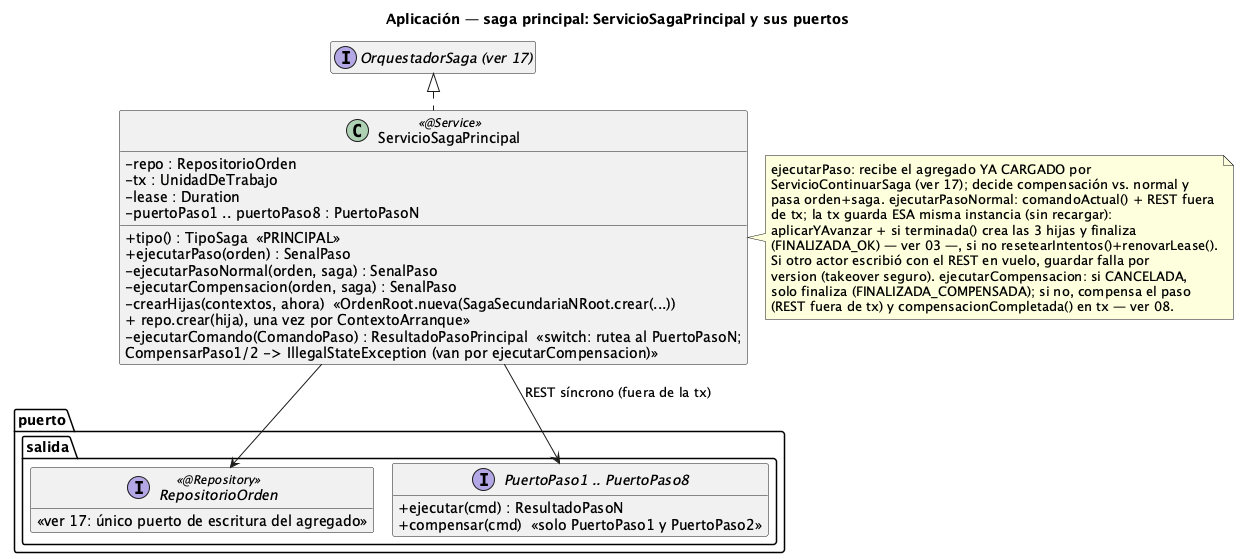
Before: order-manager/docs/18-clases-aplicacion-saga-principal.png, a diagram exported from PlantUML (ralcazar/patrones).
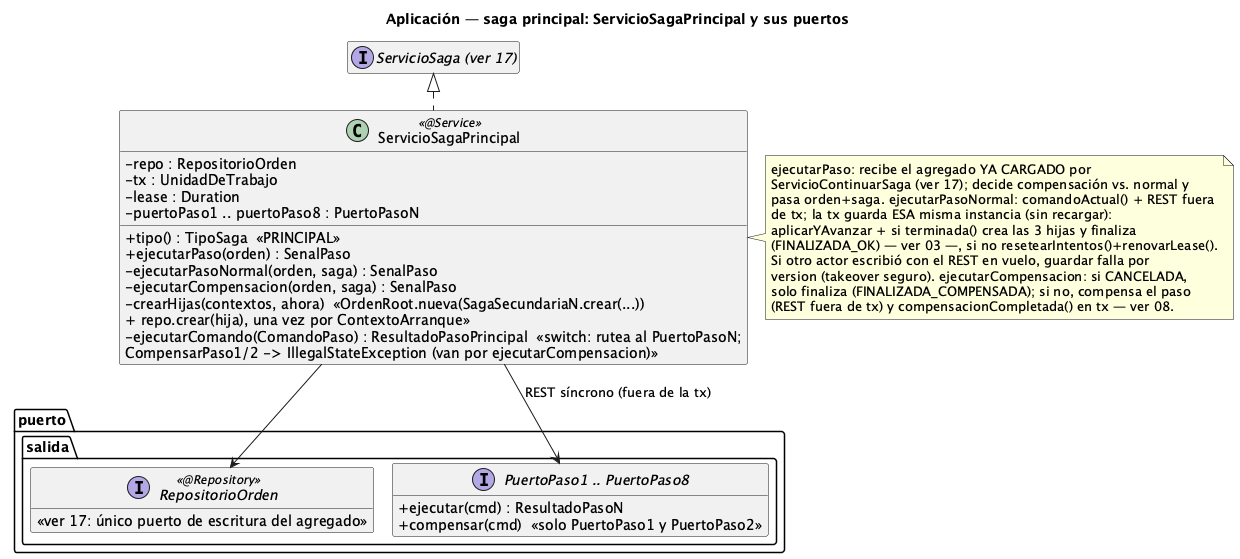
The same file after the commit.

Change to the diagram source:
```diff
@@ -4,7 +4,7 @@
 hide empty members
 skinparam classAttributeIconSize 0
 
-interface "OrquestadorSaga (ver 17)" as Base
+interface "ServicioSaga (ver 17)" as Base
 
 class ServicioSagaPrincipal <<@Service>> {
   -repo : RepositorioOrden
@@ -15,7 +15,7 @@
   +ejecutarPaso(orden) : SenalPaso
   -ejecutarPasoNormal(orden, saga) : SenalPaso
   -ejecutarCompensacion(orden, saga) : SenalPaso
-  -crearHijas(contextos, ahora)  «OrdenRoot.nueva(SagaSecundariaNRoot.crear(...))\n+ repo.crear(hija), una vez por ContextoArranque»
+  -crearHijas(contextos, ahora)  «OrdenRoot.nueva(SagaSecundariaN.crear(...))\n+ repo.crear(hija), una vez por ContextoArranque»
   -ejecutarComando(ComandoPaso) : ResultadoPasoPrincipal  «switch: rutea al PuertoPasoN;\nCompensarPaso1/2 -> IllegalStateException (van por ejecutarCompensacion)»
 }
 note right of ServicioSagaPrincipal
```
